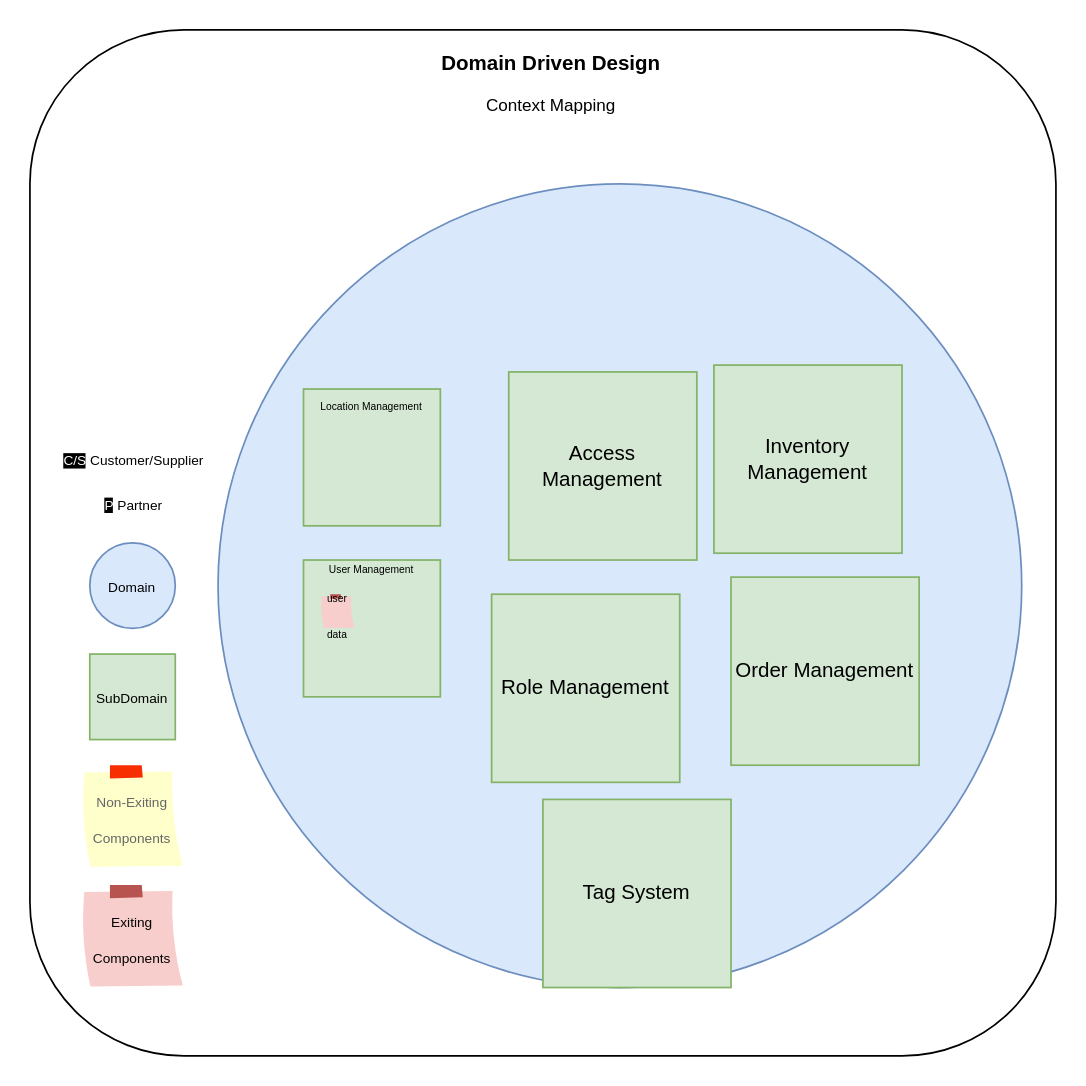
Mufaddalsr/Laundry-Management-MaxLaundry- keeps this draw.io diagram as DDD/Context Mapping.drawio. Above is the earlier version. Source tidied: cells renumbered, new cells numbered last; positions are measured from the earlier drawing's top-left corner, leaving out a move shared by most shapes. Both pictures are drawn from the tidied source at 171%, with x=0, y=0 at pixel (29, 29).
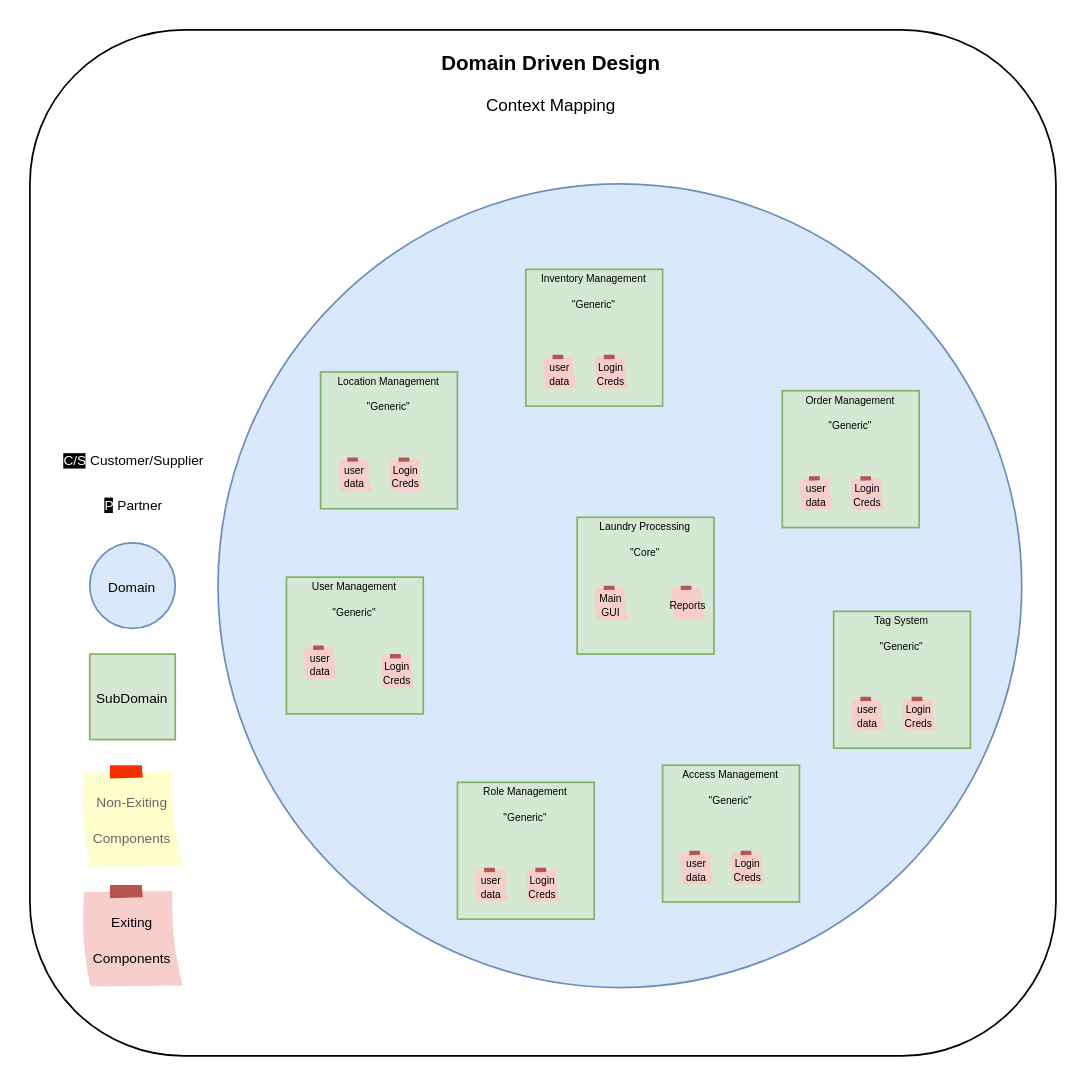
After the change.

Diff of the diagram source:
```diff
@@
-    <mxCell id="13" value="&lt;font style=&quot;font-size: 6px;&quot;&gt;User Management&lt;/font&gt;&lt;div&gt;&lt;span style=&quot;font-size: 6px;&quot;&gt;&lt;br&gt;&lt;/span&gt;&lt;/div&gt;&lt;div&gt;&lt;span style=&quot;font-size: 6px;&quot;&gt;&lt;br&gt;&lt;/span&gt;&lt;/div&gt;&lt;div&gt;&lt;span style=&quot;font-size: 6px;&quot;&gt;&lt;br&gt;&lt;/span&gt;&lt;/div&gt;&lt;div&gt;&lt;div&gt;&lt;br&gt;&lt;/div&gt;&lt;/div&gt;&lt;div&gt;&lt;br&gt;&lt;/div&gt;" style="whiteSpace=wrap;html=1;fillColor=#d5e8d4;strokeColor=#82b366;" parent="1" vertex="1">
-      <mxGeometry x="160" y="310" width="80" height="80" as="geometry" />
-    </mxCell>
-    <mxCell id="14" value="Role Management" style="whiteSpace=wrap;html=1;fillColor=#d5e8d4;strokeColor=#82b366;" parent="1" vertex="1">
-      <mxGeometry x="270" y="330" width="110" height="110" as="geometry" />
-    </mxCell>
+    <mxCell id="21" value="&lt;font style=&quot;font-size: 6px;&quot;&gt;User Management&lt;/font&gt;&lt;div&gt;&lt;font style=&quot;font-size: 6px;&quot;&gt;&quot;Generic&quot;&lt;/font&gt;&lt;/div&gt;&lt;div&gt;&lt;font style=&quot;font-size: 6px;&quot;&gt;&lt;br&gt;&lt;/font&gt;&lt;/div&gt;&lt;div&gt;&lt;font style=&quot;font-size: 6px;&quot;&gt;&lt;br&gt;&lt;/font&gt;&lt;/div&gt;&lt;div&gt;&lt;font style=&quot;font-size: 6px;&quot;&gt;&lt;br&gt;&lt;/font&gt;&lt;/div&gt;&lt;div&gt;&lt;font style=&quot;font-size: 6px;&quot;&gt;&lt;br&gt;&lt;/font&gt;&lt;/div&gt;" style="whiteSpace=wrap;html=1;fillColor=#d5e8d4;strokeColor=#82b366;" parent="1" vertex="1">
+      <mxGeometry x="150" y="320" width="80" height="80" as="geometry" />
+    </mxCell>
+    <mxCell id="22" value="&lt;p style=&quot;margin-top: 0px; margin-left: 0px; margin-bottom: 0px; line-height: 20%;&quot;&gt;&lt;span style=&quot;font-size: 6px; background-color: initial;&quot;&gt;Login Creds&lt;/span&gt;&lt;/p&gt;" style="strokeWidth=1;shadow=0;dashed=0;align=center;html=1;shape=mxgraph.mockup.text.stickyNote2;mainText=;fontSize=17;whiteSpace=wrap;fillColor=#f8cecc;strokeColor=#b85450;" parent="1" vertex="1">
+      <mxGeometry x="205" y="365" width="20" height="20" as="geometry" />
+    </mxCell>
+    <mxCell id="20" value="&lt;p style=&quot;line-height: 20%;&quot;&gt;&lt;font style=&quot;font-size: 6px;&quot;&gt;user data&lt;/font&gt;&lt;/p&gt;" style="strokeWidth=1;shadow=0;dashed=0;align=center;html=1;shape=mxgraph.mockup.text.stickyNote2;mainText=;fontSize=17;whiteSpace=wrap;fillColor=#f8cecc;strokeColor=#b85450;" parent="1" vertex="1">
+      <mxGeometry x="160" y="360" width="20" height="20" as="geometry" />
+    </mxCell>
+    <mxCell id="23" style="group;" parent="1" vertex="1">
+      <mxGeometry x="170" y="200" width="80" height="80" as="geometry" />
+    </mxCell>
-    <mxCell id="15" value="&lt;font style=&quot;font-size: 6px;&quot;&gt;Location Management&lt;/font&gt;&lt;div&gt;&lt;font size=&quot;3&quot; style=&quot;&quot;&gt;&lt;br&gt;&lt;/font&gt;&lt;/div&gt;&lt;div&gt;&lt;font style=&quot;font-size: 8px;&quot;&gt;&lt;br&gt;&lt;/font&gt;&lt;/div&gt;&lt;div&gt;&lt;font style=&quot;font-size: 8px;&quot;&gt;&lt;br&gt;&lt;/font&gt;&lt;/div&gt;&lt;div&gt;&lt;font style=&quot;font-size: 8px;&quot;&gt;&lt;br&gt;&lt;/font&gt;&lt;/div&gt;" style="whiteSpace=wrap;html=1;fillColor=#d5e8d4;strokeColor=#82b366;" parent="1" vertex="1">
-      <mxGeometry x="160" y="210" width="80" height="80" as="geometry" />
+    <mxCell id="15" value="&lt;font style=&quot;font-size: 6px;&quot;&gt;Location Management&lt;/font&gt;&lt;div&gt;&lt;font style=&quot;font-size: 6px;&quot;&gt;&quot;Generic&quot;&lt;/font&gt;&lt;/div&gt;&lt;div&gt;&lt;font style=&quot;font-size: 6px;&quot;&gt;&lt;br&gt;&lt;/font&gt;&lt;/div&gt;&lt;div&gt;&lt;font style=&quot;font-size: 6px;&quot;&gt;&lt;br&gt;&lt;/font&gt;&lt;/div&gt;&lt;div&gt;&lt;font style=&quot;font-size: 6px;&quot;&gt;&lt;br&gt;&lt;/font&gt;&lt;/div&gt;&lt;div&gt;&lt;font style=&quot;font-size: 6px;&quot;&gt;&lt;br&gt;&lt;/font&gt;&lt;/div&gt;" style="whiteSpace=wrap;html=1;fillColor=#d5e8d4;strokeColor=#82b366;" parent="23" vertex="1">
+      <mxGeometry width="80" height="80" as="geometry" />
     </mxCell>
-    <mxCell id="16" value="Access Management" style="whiteSpace=wrap;html=1;fillColor=#d5e8d4;strokeColor=#82b366;" parent="1" vertex="1">
-      <mxGeometry x="280" y="200" width="110" height="110" as="geometry" />
-    </mxCell>
-    <mxCell id="17" value="Order Management" style="whiteSpace=wrap;html=1;fillColor=#d5e8d4;strokeColor=#82b366;" parent="1" vertex="1">
-      <mxGeometry x="410" y="320" width="110" height="110" as="geometry" />
-    </mxCell>
-    <mxCell id="18" value="Inventory Management" style="whiteSpace=wrap;html=1;fillColor=#d5e8d4;strokeColor=#82b366;" parent="1" vertex="1">
-      <mxGeometry x="400" y="196" width="110" height="110" as="geometry" />
-    </mxCell>
-    <mxCell id="19" value="Tag System" style="whiteSpace=wrap;html=1;fillColor=#d5e8d4;strokeColor=#82b366;" parent="1" vertex="1">
-      <mxGeometry x="300" y="450" width="110" height="110" as="geometry" />
-    </mxCell>
-    <mxCell id="20" value="&lt;font style=&quot;font-size: 6px;&quot;&gt;user data&lt;/font&gt;" style="strokeWidth=1;shadow=0;dashed=0;align=center;html=1;shape=mxgraph.mockup.text.stickyNote2;mainText=;fontSize=17;whiteSpace=wrap;fillColor=#f8cecc;strokeColor=#b85450;" parent="1" vertex="1">
-      <mxGeometry x="170" y="330" width="20" height="20" as="geometry" />
-    </mxCell>
+    <mxCell id="24" value="&lt;p style=&quot;line-height: 20%;&quot;&gt;&lt;font style=&quot;font-size: 6px;&quot;&gt;user data&lt;/font&gt;&lt;/p&gt;" style="strokeWidth=1;shadow=0;dashed=0;align=center;html=1;shape=mxgraph.mockup.text.stickyNote2;mainText=;fontSize=17;whiteSpace=wrap;fillColor=#f8cecc;strokeColor=#b85450;" parent="23" vertex="1">
+      <mxGeometry x="10" y="50" width="20" height="20" as="geometry" />
+    </mxCell>
+    <mxCell id="25" value="&lt;p style=&quot;margin-top: 0px; margin-left: 0px; margin-bottom: 0px; line-height: 20%;&quot;&gt;&lt;span style=&quot;font-size: 6px; background-color: initial;&quot;&gt;Login Creds&lt;/span&gt;&lt;/p&gt;" style="strokeWidth=1;shadow=0;dashed=0;align=center;html=1;shape=mxgraph.mockup.text.stickyNote2;mainText=;fontSize=17;whiteSpace=wrap;fillColor=#f8cecc;strokeColor=#b85450;" parent="23" vertex="1">
+      <mxGeometry x="40" y="50" width="20" height="20" as="geometry" />
+    </mxCell>
+    <mxCell id="26" style="group;" parent="1" vertex="1">
+      <mxGeometry x="370" y="430" width="80" height="80" as="geometry" />
+    </mxCell>
+    <mxCell id="27" value="&lt;font style=&quot;font-size: 6px;&quot;&gt;Access Management&lt;/font&gt;&lt;div&gt;&lt;font style=&quot;font-size: 6px;&quot;&gt;&quot;Generic&quot;&lt;/font&gt;&lt;/div&gt;&lt;div&gt;&lt;font style=&quot;font-size: 6px;&quot;&gt;&lt;br&gt;&lt;/font&gt;&lt;/div&gt;&lt;div&gt;&lt;font style=&quot;font-size: 6px;&quot;&gt;&lt;br&gt;&lt;/font&gt;&lt;/div&gt;&lt;div&gt;&lt;font style=&quot;font-size: 6px;&quot;&gt;&lt;br&gt;&lt;/font&gt;&lt;/div&gt;&lt;div&gt;&lt;font style=&quot;font-size: 6px;&quot;&gt;&lt;br&gt;&lt;/font&gt;&lt;/div&gt;" style="whiteSpace=wrap;html=1;fillColor=#d5e8d4;strokeColor=#82b366;" parent="26" vertex="1">
+      <mxGeometry width="80" height="80" as="geometry" />
+    </mxCell>
+    <mxCell id="28" value="&lt;p style=&quot;line-height: 20%;&quot;&gt;&lt;font style=&quot;font-size: 6px;&quot;&gt;user data&lt;/font&gt;&lt;/p&gt;" style="strokeWidth=1;shadow=0;dashed=0;align=center;html=1;shape=mxgraph.mockup.text.stickyNote2;mainText=;fontSize=17;whiteSpace=wrap;fillColor=#f8cecc;strokeColor=#b85450;" parent="26" vertex="1">
+      <mxGeometry x="10" y="50" width="20" height="20" as="geometry" />
+    </mxCell>
+    <mxCell id="29" value="&lt;p style=&quot;margin-top: 0px; margin-left: 0px; margin-bottom: 0px; line-height: 20%;&quot;&gt;&lt;span style=&quot;font-size: 6px; background-color: initial;&quot;&gt;Login Creds&lt;/span&gt;&lt;/p&gt;" style="strokeWidth=1;shadow=0;dashed=0;align=center;html=1;shape=mxgraph.mockup.text.stickyNote2;mainText=;fontSize=17;whiteSpace=wrap;fillColor=#f8cecc;strokeColor=#b85450;" parent="26" vertex="1">
+      <mxGeometry x="40" y="50" width="20" height="20" as="geometry" />
+    </mxCell>
+    <mxCell id="30" style="group;" parent="1" vertex="1">
+      <mxGeometry x="290" y="140" width="80" height="80" as="geometry" />
+    </mxCell>
+    <mxCell id="31" value="&lt;font style=&quot;font-size: 6px;&quot;&gt;Inventory Management&lt;/font&gt;&lt;div&gt;&lt;font style=&quot;font-size: 6px;&quot;&gt;&quot;Generic&quot;&lt;/font&gt;&lt;/div&gt;&lt;div&gt;&lt;font style=&quot;font-size: 6px;&quot;&gt;&lt;br&gt;&lt;/font&gt;&lt;/div&gt;&lt;div&gt;&lt;font style=&quot;font-size: 6px;&quot;&gt;&lt;br&gt;&lt;/font&gt;&lt;/div&gt;&lt;div&gt;&lt;font style=&quot;font-size: 6px;&quot;&gt;&lt;br&gt;&lt;/font&gt;&lt;/div&gt;&lt;div&gt;&lt;font style=&quot;font-size: 6px;&quot;&gt;&lt;br&gt;&lt;/font&gt;&lt;/div&gt;" style="whiteSpace=wrap;html=1;fillColor=#d5e8d4;strokeColor=#82b366;" parent="30" vertex="1">
+      <mxGeometry width="80" height="80" as="geometry" />
+    </mxCell>
+    <mxCell id="32" value="&lt;p style=&quot;line-height: 20%;&quot;&gt;&lt;font style=&quot;font-size: 6px;&quot;&gt;user data&lt;/font&gt;&lt;/p&gt;" style="strokeWidth=1;shadow=0;dashed=0;align=center;html=1;shape=mxgraph.mockup.text.stickyNote2;mainText=;fontSize=17;whiteSpace=wrap;fillColor=#f8cecc;strokeColor=#b85450;" parent="30" vertex="1">
+      <mxGeometry x="10" y="50" width="20" height="20" as="geometry" />
+    </mxCell>
+    <mxCell id="33" value="&lt;p style=&quot;margin-top: 0px; margin-left: 0px; margin-bottom: 0px; line-height: 20%;&quot;&gt;&lt;span style=&quot;font-size: 6px; background-color: initial;&quot;&gt;Login Creds&lt;/span&gt;&lt;/p&gt;" style="strokeWidth=1;shadow=0;dashed=0;align=center;html=1;shape=mxgraph.mockup.text.stickyNote2;mainText=;fontSize=17;whiteSpace=wrap;fillColor=#f8cecc;strokeColor=#b85450;" parent="30" vertex="1">
+      <mxGeometry x="40" y="50" width="20" height="20" as="geometry" />
+    </mxCell>
+    <mxCell id="34" style="group;" parent="1" vertex="1">
+      <mxGeometry x="250" y="440" width="80" height="80" as="geometry" />
+    </mxCell>
+    <mxCell id="35" value="&lt;font style=&quot;font-size: 6px;&quot;&gt;Role Management&lt;/font&gt;&lt;div&gt;&lt;font style=&quot;font-size: 6px;&quot;&gt;&quot;Generic&quot;&lt;/font&gt;&lt;/div&gt;&lt;div&gt;&lt;font style=&quot;font-size: 6px;&quot;&gt;&lt;br&gt;&lt;/font&gt;&lt;/div&gt;&lt;div&gt;&lt;font style=&quot;font-size: 6px;&quot;&gt;&lt;br&gt;&lt;/font&gt;&lt;/div&gt;&lt;div&gt;&lt;font style=&quot;font-size: 6px;&quot;&gt;&lt;br&gt;&lt;/font&gt;&lt;/div&gt;&lt;div&gt;&lt;font style=&quot;font-size: 6px;&quot;&gt;&lt;br&gt;&lt;/font&gt;&lt;/div&gt;" style="whiteSpace=wrap;html=1;fillColor=#d5e8d4;strokeColor=#82b366;" parent="34" vertex="1">
+      <mxGeometry width="80" height="80" as="geometry" />
+    </mxCell>
+    <mxCell id="36" value="&lt;p style=&quot;line-height: 20%;&quot;&gt;&lt;font style=&quot;font-size: 6px;&quot;&gt;user data&lt;/font&gt;&lt;/p&gt;" style="strokeWidth=1;shadow=0;dashed=0;align=center;html=1;shape=mxgraph.mockup.text.stickyNote2;mainText=;fontSize=17;whiteSpace=wrap;fillColor=#f8cecc;strokeColor=#b85450;" parent="34" vertex="1">
+      <mxGeometry x="10" y="50" width="20" height="20" as="geometry" />
+    </mxCell>
+    <mxCell id="37" value="&lt;p style=&quot;margin-top: 0px; margin-left: 0px; margin-bottom: 0px; line-height: 20%;&quot;&gt;&lt;span style=&quot;font-size: 6px; background-color: initial;&quot;&gt;Login Creds&lt;/span&gt;&lt;/p&gt;" style="strokeWidth=1;shadow=0;dashed=0;align=center;html=1;shape=mxgraph.mockup.text.stickyNote2;mainText=;fontSize=17;whiteSpace=wrap;fillColor=#f8cecc;strokeColor=#b85450;" parent="34" vertex="1">
+      <mxGeometry x="40" y="50" width="20" height="20" as="geometry" />
+    </mxCell>
+    <mxCell id="38" style="group;" parent="1" vertex="1">
+      <mxGeometry x="440" y="211" width="80" height="80" as="geometry" />
+    </mxCell>
+    <mxCell id="39" value="&lt;font style=&quot;font-size: 6px;&quot;&gt;Order Management&lt;/font&gt;&lt;div&gt;&lt;font style=&quot;font-size: 6px;&quot;&gt;&quot;Generic&quot;&lt;/font&gt;&lt;/div&gt;&lt;div&gt;&lt;font style=&quot;font-size: 6px;&quot;&gt;&lt;br&gt;&lt;/font&gt;&lt;/div&gt;&lt;div&gt;&lt;font style=&quot;font-size: 6px;&quot;&gt;&lt;br&gt;&lt;/font&gt;&lt;/div&gt;&lt;div&gt;&lt;font style=&quot;font-size: 6px;&quot;&gt;&lt;br&gt;&lt;/font&gt;&lt;/div&gt;&lt;div&gt;&lt;font style=&quot;font-size: 6px;&quot;&gt;&lt;br&gt;&lt;/font&gt;&lt;/div&gt;" style="whiteSpace=wrap;html=1;fillColor=#d5e8d4;strokeColor=#82b366;" parent="38" vertex="1">
+      <mxGeometry width="80" height="80" as="geometry" />
+    </mxCell>
+    <mxCell id="40" value="&lt;p style=&quot;line-height: 20%;&quot;&gt;&lt;font style=&quot;font-size: 6px;&quot;&gt;user data&lt;/font&gt;&lt;/p&gt;" style="strokeWidth=1;shadow=0;dashed=0;align=center;html=1;shape=mxgraph.mockup.text.stickyNote2;mainText=;fontSize=17;whiteSpace=wrap;fillColor=#f8cecc;strokeColor=#b85450;" parent="38" vertex="1">
+      <mxGeometry x="10" y="50" width="20" height="20" as="geometry" />
+    </mxCell>
+    <mxCell id="41" value="&lt;p style=&quot;margin-top: 0px; margin-left: 0px; margin-bottom: 0px; line-height: 20%;&quot;&gt;&lt;span style=&quot;font-size: 6px; background-color: initial;&quot;&gt;Login Creds&lt;/span&gt;&lt;/p&gt;" style="strokeWidth=1;shadow=0;dashed=0;align=center;html=1;shape=mxgraph.mockup.text.stickyNote2;mainText=;fontSize=17;whiteSpace=wrap;fillColor=#f8cecc;strokeColor=#b85450;" parent="38" vertex="1">
+      <mxGeometry x="40" y="50" width="20" height="20" as="geometry" />
+    </mxCell>
+    <mxCell id="42" style="group;" parent="1" vertex="1">
+      <mxGeometry x="470" y="340" width="80" height="80" as="geometry" />
+    </mxCell>
+    <mxCell id="43" value="&lt;font style=&quot;font-size: 6px;&quot;&gt;Tag System&lt;/font&gt;&lt;div&gt;&lt;font style=&quot;font-size: 6px;&quot;&gt;&quot;Generic&quot;&lt;/font&gt;&lt;/div&gt;&lt;div&gt;&lt;font style=&quot;font-size: 6px;&quot;&gt;&lt;br&gt;&lt;/font&gt;&lt;/div&gt;&lt;div&gt;&lt;font style=&quot;font-size: 6px;&quot;&gt;&lt;br&gt;&lt;/font&gt;&lt;/div&gt;&lt;div&gt;&lt;font style=&quot;font-size: 6px;&quot;&gt;&lt;br&gt;&lt;/font&gt;&lt;/div&gt;&lt;div&gt;&lt;font style=&quot;font-size: 6px;&quot;&gt;&lt;br&gt;&lt;/font&gt;&lt;/div&gt;" style="whiteSpace=wrap;html=1;fillColor=#d5e8d4;strokeColor=#82b366;" parent="42" vertex="1">
+      <mxGeometry width="80" height="80" as="geometry" />
+    </mxCell>
+    <mxCell id="44" value="&lt;p style=&quot;line-height: 20%;&quot;&gt;&lt;font style=&quot;font-size: 6px;&quot;&gt;user data&lt;/font&gt;&lt;/p&gt;" style="strokeWidth=1;shadow=0;dashed=0;align=center;html=1;shape=mxgraph.mockup.text.stickyNote2;mainText=;fontSize=17;whiteSpace=wrap;fillColor=#f8cecc;strokeColor=#b85450;" parent="42" vertex="1">
+      <mxGeometry x="10" y="50" width="20" height="20" as="geometry" />
+    </mxCell>
+    <mxCell id="45" value="&lt;p style=&quot;margin-top: 0px; margin-left: 0px; margin-bottom: 0px; line-height: 20%;&quot;&gt;&lt;span style=&quot;font-size: 6px; background-color: initial;&quot;&gt;Login Creds&lt;/span&gt;&lt;/p&gt;" style="strokeWidth=1;shadow=0;dashed=0;align=center;html=1;shape=mxgraph.mockup.text.stickyNote2;mainText=;fontSize=17;whiteSpace=wrap;fillColor=#f8cecc;strokeColor=#b85450;" parent="42" vertex="1">
+      <mxGeometry x="40" y="50" width="20" height="20" as="geometry" />
+    </mxCell>
+    <mxCell id="46" style="group;" parent="1" vertex="1">
+      <mxGeometry x="320" y="285" width="80" height="80" as="geometry" />
+    </mxCell>
+    <mxCell id="47" value="&lt;font style=&quot;font-size: 6px;&quot;&gt;Laundry Processing&lt;/font&gt;&lt;div&gt;&lt;font style=&quot;font-size: 6px;&quot;&gt;&quot;Core&quot;&lt;/font&gt;&lt;/div&gt;&lt;div&gt;&lt;font style=&quot;font-size: 6px;&quot;&gt;&lt;br&gt;&lt;/font&gt;&lt;/div&gt;&lt;div&gt;&lt;font style=&quot;font-size: 6px;&quot;&gt;&lt;br&gt;&lt;/font&gt;&lt;/div&gt;&lt;div&gt;&lt;font style=&quot;font-size: 6px;&quot;&gt;&lt;br&gt;&lt;/font&gt;&lt;/div&gt;&lt;div&gt;&lt;font style=&quot;font-size: 6px;&quot;&gt;&lt;br&gt;&lt;/font&gt;&lt;/div&gt;" style="whiteSpace=wrap;html=1;fillColor=#d5e8d4;strokeColor=#82b366;" parent="46" vertex="1">
+      <mxGeometry width="80" height="80" as="geometry" />
+    </mxCell>
+    <mxCell id="48" value="&lt;p style=&quot;line-height: 20%;&quot;&gt;&lt;font style=&quot;font-size: 6px;&quot;&gt;Main GUI&lt;/font&gt;&lt;/p&gt;" style="strokeWidth=1;shadow=0;dashed=0;align=center;html=1;shape=mxgraph.mockup.text.stickyNote2;mainText=;fontSize=17;whiteSpace=wrap;fillColor=#f8cecc;strokeColor=#b85450;" parent="46" vertex="1">
+      <mxGeometry x="10" y="40" width="20" height="20" as="geometry" />
+    </mxCell>
+    <mxCell id="49" value="&lt;p style=&quot;margin-top: 0px; margin-left: 0px; margin-bottom: 0px; line-height: 20%;&quot;&gt;&lt;span style=&quot;font-size: 6px; background-color: initial;&quot;&gt;Reports&lt;/span&gt;&lt;/p&gt;" style="strokeWidth=1;shadow=0;dashed=0;align=center;html=1;shape=mxgraph.mockup.text.stickyNote2;mainText=;fontSize=17;whiteSpace=wrap;fillColor=#f8cecc;strokeColor=#b85450;" parent="46" vertex="1">
+      <mxGeometry x="55" y="40" width="20" height="20" as="geometry" />
+    </mxCell>
```
